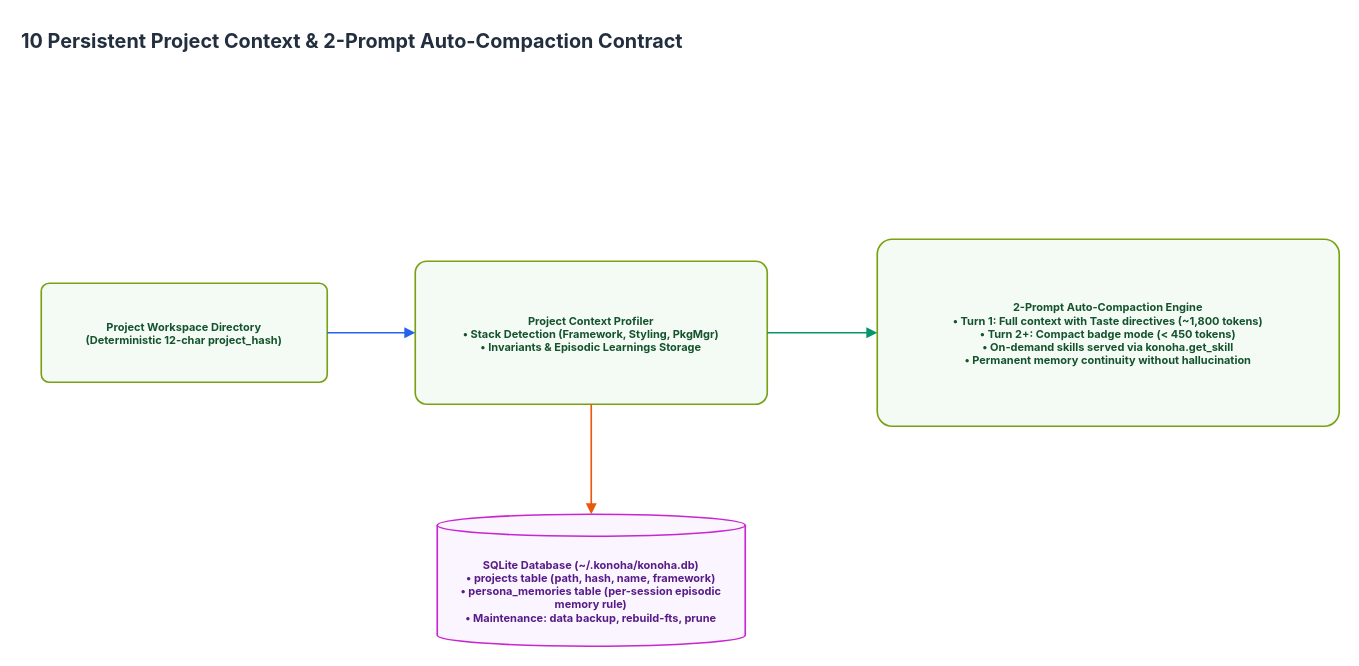
The draw.io diagram page "10 Persistent Project Context & Auto-Compaction" (10 of 15) of docs/diagrams/konoha-enterprise-architecture.drawio in andycungkrinx91/konoha, before the edit. Source tidied: cells renumbered, new cells numbered last; positions are measured from the earlier drawing's top-left corner, leaving out a move shared by most shapes. Both pictures are drawn from the tidied source at 110%, with x=0, y=0 at pixel (19, 19).
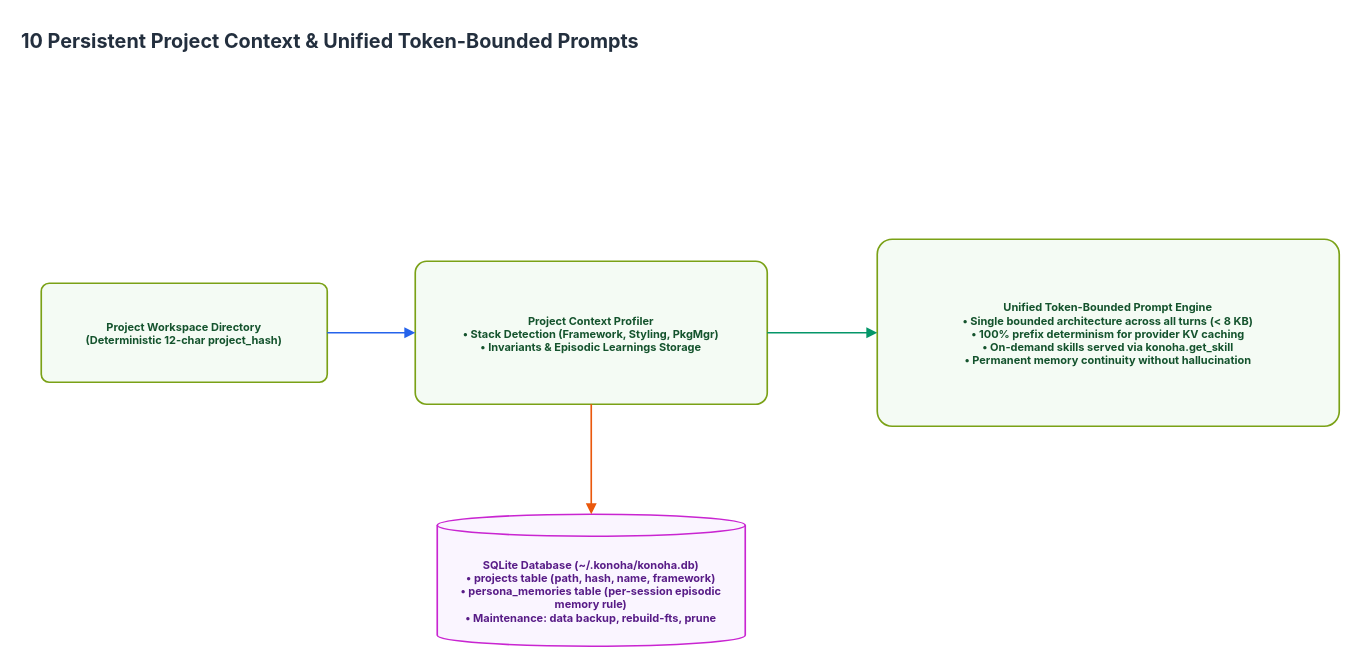
The same diagram, later.

The edit, as a diff of the source:
```diff
@@
 <mxGraphModel>
   <root>
     <mxCell id="0" />
     <mxCell id="1" parent="0" />
-    <mxCell id="2" value="10 Persistent Project Context &amp; 2-Prompt Auto-Compaction Contract" style="text;html=1;strokeColor=none;fillColor=none;fontFamily=Inter, system-ui, -apple-system;fontSize=18;fontStyle=1;fontColor=#232F3E;align=left;verticalAlign=middle;" parent="1" vertex="1">
+    <mxCell id="2" value="10 Persistent Project Context &amp; Unified Token-Bounded Prompts" style="text;html=1;strokeColor=none;fillColor=none;fontFamily=Inter, system-ui, -apple-system;fontSize=18;fontStyle=1;fontColor=#232F3E;align=left;verticalAlign=middle;" parent="1" vertex="1">
       <mxGeometry width="1100" height="40" as="geometry" />
     </mxCell>
     <mxCell id="3" value="Project Workspace Directory&#10;(Deterministic 12-char project_hash)" style="rounded=1;arcSize=8;html=1;whiteSpace=wrap;fillColor=#F4FBF4;strokeColor=#7AA116;strokeWidth=1.5;fontFamily=Inter, system-ui, -apple-system;fontSize=10;fontColor=#14532D;fontStyle=1;shadow=0;" parent="1" vertex="1">
       <mxGeometry x="20" y="240" width="260" height="90" as="geometry" />
     </mxCell>
     <mxCell id="4" value="Project Context Profiler&#10;• Stack Detection (Framework, Styling, PkgMgr)&#10;• Invariants &amp; Episodic Learnings Storage" style="rounded=1;arcSize=8;html=1;whiteSpace=wrap;fillColor=#F4FBF4;strokeColor=#7AA116;strokeWidth=1.5;fontFamily=Inter, system-ui, -apple-system;fontSize=10;fontColor=#14532D;fontStyle=1;shadow=0;" parent="1" vertex="1">
       <mxGeometry x="360" y="220" width="320" height="130" as="geometry" />
     </mxCell>
     <mxCell id="5" value="SQLite Database (~/.konoha/konoha.db)&#10;• projects table (path, hash, name, framework)&#10;• persona_memories table (per-session episodic memory rule)&#10;• Maintenance: data backup, rebuild-fts, prune" style="shape=cylinder3;whiteSpace=wrap;html=1;boundedLbl=1;backgroundOutline=1;size=10;fillColor=#FAF5FF;strokeColor=#C925D1;strokeWidth=1.5;fontFamily=Inter, system-ui, -apple-system;fontSize=10;fontColor=#581C87;fontStyle=1;shadow=0;" parent="1" vertex="1">
       <mxGeometry x="380" y="450" width="280" height="120" as="geometry" />
     </mxCell>
-    <mxCell id="6" value="2-Prompt Auto-Compaction Engine&#10;• Turn 1: Full context with Taste directives (~1,800 tokens)&#10;• Turn 2+: Compact badge mode (&lt; 450 tokens)&#10;• On-demand skills served via konoha.get_skill&#10;• Permanent memory continuity without hallucination" style="rounded=1;arcSize=8;html=1;whiteSpace=wrap;fillColor=#F4FBF4;strokeColor=#7AA116;strokeWidth=1.5;fontFamily=Inter, system-ui, -apple-system;fontSize=10;fontColor=#14532D;fontStyle=1;shadow=0;" parent="1" vertex="1">
+    <mxCell id="6" value="Unified Token-Bounded Prompt Engine&#10;• Single bounded architecture across all turns (&lt; 8 KB)&#10;• 100% prefix determinism for provider KV caching&#10;• On-demand skills served via konoha.get_skill&#10;• Permanent memory continuity without hallucination" style="rounded=1;arcSize=8;html=1;whiteSpace=wrap;fillColor=#F4FBF4;strokeColor=#7AA116;strokeWidth=1.5;fontFamily=Inter, system-ui, -apple-system;fontSize=10;fontColor=#14532D;fontStyle=1;shadow=0;" parent="1" vertex="1">
       <mxGeometry x="780" y="200" width="420" height="170" as="geometry" />
     </mxCell>
     <mxCell id="7" style="edgeStyle=orthogonalEdgeStyle;rounded=1;jettySize=auto;html=1;strokeColor=#2563eb;strokeWidth=1.5;endArrow=block;endFill=1;fontFamily=Inter, system-ui, -apple-system;fontSize=10;fontColor=#232F3E;labelBackgroundColor=#FFFFFF;" parent="1" edge="1" source="3" target="4">
       <mxGeometry relative="1" as="geometry" />
     </mxCell>
     <mxCell id="8" style="edgeStyle=orthogonalEdgeStyle;rounded=1;jettySize=auto;html=1;strokeColor=#ea580c;strokeWidth=1.5;endArrow=block;endFill=1;fontFamily=Inter, system-ui, -apple-system;fontSize=10;fontColor=#232F3E;labelBackgroundColor=#FFFFFF;" parent="1" edge="1" source="4" target="5">
       <mxGeometry relative="1" as="geometry" />
     </mxCell>
     <mxCell id="9" style="edgeStyle=orthogonalEdgeStyle;rounded=1;jettySize=auto;html=1;strokeColor=#059669;strokeWidth=1.5;endArrow=block;endFill=1;fontFamily=Inter, system-ui, -apple-system;fontSize=10;fontColor=#232F3E;labelBackgroundColor=#FFFFFF;" parent="1" edge="1" source="4" target="6">
       <mxGeometry relative="1" as="geometry" />
     </mxCell>
   </root>
 </mxGraphModel>
```
